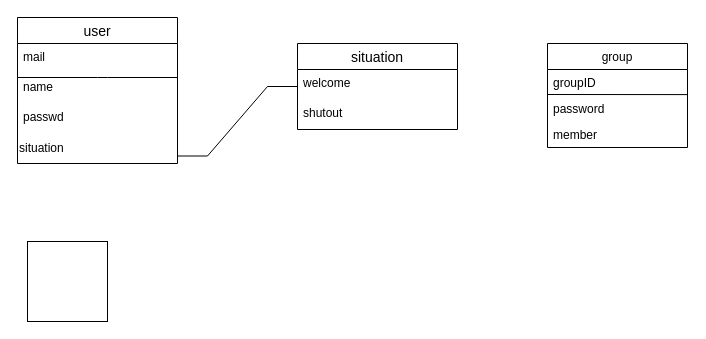
Earlier version of the draw.io diagram page "データベース" (1 of 3) of 画面設計.drawio (ringohoka/AnnounceSituation). Source tidied: cells renumbered, new cells numbered last; positions are measured from the earlier drawing's top-left corner, leaving out a move shared by most shapes. Both pictures are drawn from the tidied source at 100%, with x=0, y=0 at pixel (17, 17).
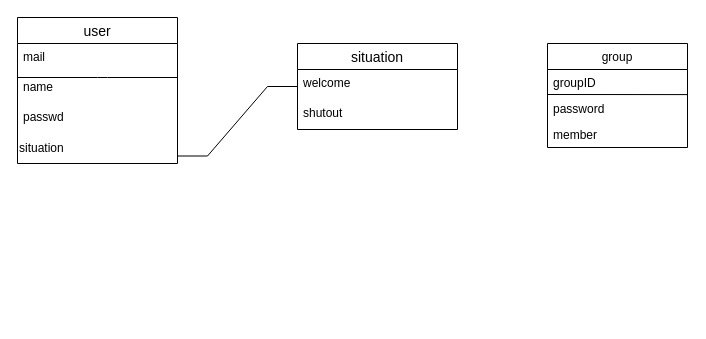
After the change.

The edit, as a diff of the source:
```diff
@@
-    <mxCell id="17" style="whiteSpace=wrap;html=1;" parent="1" vertex="1">
-      <mxGeometry x="10" y="224" width="80" height="80" as="geometry" />
-    </mxCell>
```
